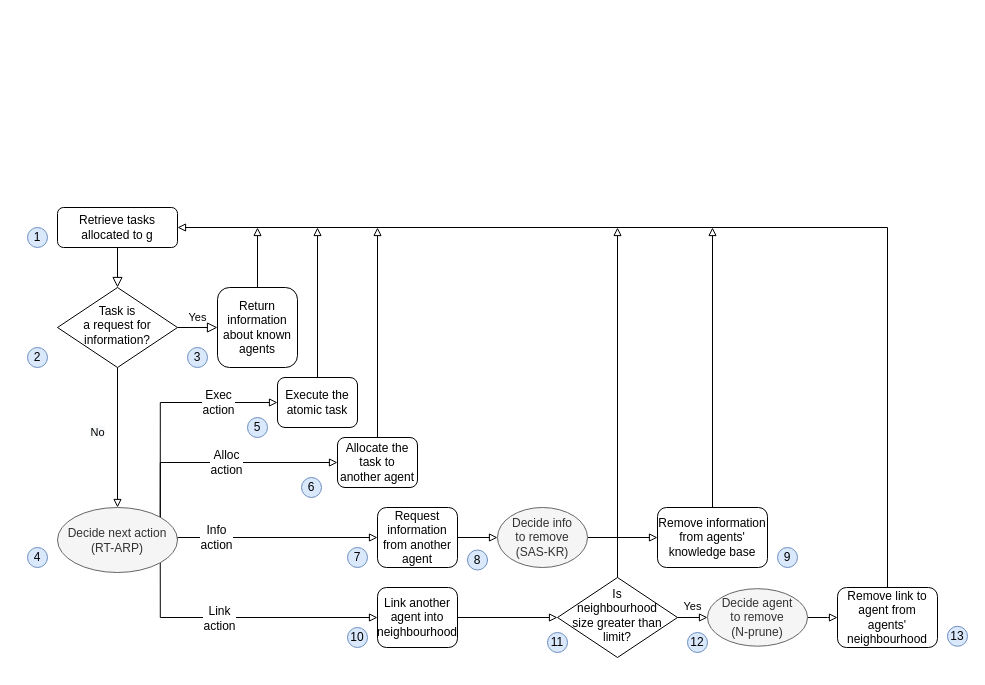
sevenmachines/els_energy_optimisation_and_adaptive_coverage_in_wsn_systems keeps this draw.io diagram as source/ataria-simplified.drawio. Above is the earlier version. Source tidied: cells renumbered, new cells numbered last; positions are measured from the earlier drawing's top-left corner, leaving out a move shared by most shapes. Both pictures are drawn from the tidied source at 100%, with x=0, y=0 at pixel (27, 207).
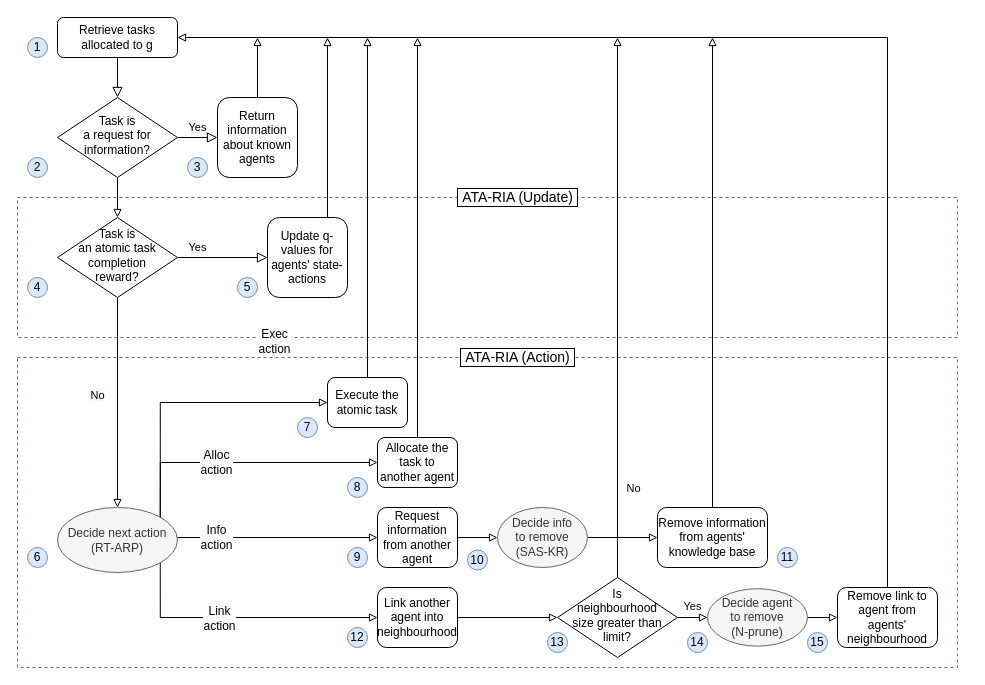
The same page after the edit.

The change refers to these unchanged cells:
```xml
<mxCell id="14" value="Remove information from agents' knowledge base" style="rounded=1;whiteSpace=wrap;html=1;fontSize=12;glass=0;strokeWidth=1;shadow=0;fontStyle=0;" parent="1" vertex="1">
  <mxGeometry x="630" y="300" width="110" height="60" as="geometry" />
</mxCell>
<mxCell id="16" value="Remove link to agent from agents' neighbourhood" style="rounded=1;whiteSpace=wrap;html=1;fontSize=12;glass=0;strokeWidth=1;shadow=0;fontStyle=0;" parent="1" vertex="1">
  <mxGeometry x="810" y="380" width="100" height="60" as="geometry" />
</mxCell>
<mxCell id="21" value="Decide next action (RT-ARP)" style="ellipse;whiteSpace=wrap;html=1;fillColor=#f5f5f5;strokeColor=#666666;fontColor=#333333;fontStyle=0;" parent="1" vertex="1">
  <mxGeometry x="30" y="300" width="120" height="65" as="geometry" />
</mxCell>
<mxCell id="31" value="&lt;font face=&quot;sans-serif&quot;&gt;Is &lt;br&gt;neighbourhood &lt;br&gt;size greater than limit?&lt;/font&gt;" style="rhombus;whiteSpace=wrap;html=1;shadow=0;fontFamily=Helvetica;fontSize=12;align=center;strokeWidth=1;spacing=6;spacingTop=-4;fontStyle=0;" parent="1" vertex="1">
  <mxGeometry x="530" y="370" width="120" height="80" as="geometry" />
</mxCell>
```

Change to the diagram source:
```diff
@@
+    <mxCell id="48" style="fillColor=none;strokeColor=#5A6C86;dashed=1;verticalAlign=bottom;fontStyle=0;fontColor=#000000;align=left;labelPosition=right;verticalLabelPosition=top;spacingLeft=-98;spacingBottom=-21;labelBackgroundColor=#ffffff;" parent="1" vertex="1">
+      <mxGeometry x="-10" y="150" width="940" height="310" as="geometry" />
+    </mxCell>
+    <mxCell id="49" style="fillColor=none;strokeColor=#5A6C86;dashed=1;verticalAlign=bottom;fontStyle=1;fontColor=#000000;align=center;labelPosition=center;verticalLabelPosition=top;spacingLeft=-99;spacingTop=0;spacingBottom=-21;" parent="1" vertex="1">
+      <mxGeometry x="-10" y="-10" width="940" height="140" as="geometry" />
+    </mxCell>
@@
     <mxCell id="3" value="Retrieve tasks allocated to g" style="rounded=1;whiteSpace=wrap;html=1;fontSize=12;glass=0;strokeWidth=1;shadow=0;fontStyle=0;" parent="1" vertex="1">
-      <mxGeometry x="30" width="120" height="40" as="geometry" />
+      <mxGeometry x="30" y="-190" width="120" height="40" as="geometry" />
     </mxCell>
@@
-    <mxCell id="5" value="&#10;&#10;&lt;span style=&quot;color: rgb(0, 0, 0); font-family: helvetica; font-size: 11px; font-style: normal; letter-spacing: normal; text-align: center; text-indent: 0px; text-transform: none; word-spacing: 0px; background-color: rgb(248, 249, 250); display: inline; float: none;&quot;&gt;No&lt;/span&gt;&#10;&#10;" style="edgeStyle=orthogonalEdgeStyle;rounded=0;jettySize=auto;html=1;exitX=0.5;exitY=1;exitDx=0;exitDy=0;entryX=0.5;entryY=0;entryDx=0;entryDy=0;endArrow=block;endFill=0;fontStyle=0;" parent="1" edge="1" source="6" target="21">
+    <mxCell id="5" value="&#10;&#10;&lt;span style=&quot;color: rgb(0, 0, 0); font-family: helvetica; font-size: 11px; font-style: normal; letter-spacing: normal; text-align: center; text-indent: 0px; text-transform: none; word-spacing: 0px; background-color: rgb(248, 249, 250); display: inline; float: none;&quot;&gt;No&lt;/span&gt;&#10;&#10;" style="edgeStyle=orthogonalEdgeStyle;rounded=0;jettySize=auto;html=1;exitX=0.5;exitY=1;exitDx=0;exitDy=0;entryX=0.5;entryY=0;entryDx=0;entryDy=0;endArrow=block;endFill=0;fontStyle=0;" parent="1" edge="1" source="53" target="21">
       <mxGeometry x="-0.07" y="-20" relative="1" as="geometry" />
     </mxCell>
+    <mxCell id="50" style="edgeStyle=orthogonalEdgeStyle;rounded=0;jettySize=auto;html=1;entryX=0.5;entryY=0;entryDx=0;entryDy=0;endArrow=block;endFill=0;fontSize=12;" parent="1" edge="1" source="6" target="53">
+      <mxGeometry relative="1" as="geometry" />
+    </mxCell>
     <mxCell id="6" value="&lt;font face=&quot;sans-serif&quot;&gt;Task is &lt;br&gt;a request for information?&lt;/font&gt;" style="rhombus;whiteSpace=wrap;html=1;shadow=0;fontFamily=Helvetica;fontSize=12;align=center;strokeWidth=1;spacing=6;spacingTop=-4;fontStyle=0;" parent="1" vertex="1">
-      <mxGeometry x="30" y="80" width="120" height="80" as="geometry" />
+      <mxGeometry x="30" y="-110" width="120" height="80" as="geometry" />
     </mxCell>
     <mxCell id="7" style="edgeStyle=orthogonalEdgeStyle;rounded=0;jettySize=auto;html=1;exitX=0.5;exitY=0;exitDx=0;exitDy=0;endArrow=block;endFill=0;" parent="1" edge="1" source="8">
       <mxGeometry relative="1" as="geometry">
-        <mxPoint x="350" y="20" as="targetPoint" />
+        <mxPoint x="390" y="-170" as="targetPoint" />
       </mxGeometry>
     </mxCell>
     <mxCell id="8" value="Allocate the task to another agent" style="rounded=1;whiteSpace=wrap;html=1;fontSize=12;glass=0;strokeWidth=1;shadow=0;fontStyle=0;" parent="1" vertex="1">
-      <mxGeometry x="310" y="230" width="80" height="50" as="geometry" />
+      <mxGeometry x="350" y="230" width="80" height="50" as="geometry" />
     </mxCell>
@@
     <mxCell id="13" style="edgeStyle=orthogonalEdgeStyle;rounded=0;jettySize=auto;html=1;exitX=0.5;exitY=0;exitDx=0;exitDy=0;endArrow=block;endFill=0;" parent="1" edge="1" source="14">
       <mxGeometry relative="1" as="geometry">
-        <mxPoint x="685" y="20" as="targetPoint" />
+        <mxPoint x="685" y="-170" as="targetPoint" />
       </mxGeometry>
     </mxCell>
@@
     <mxCell id="15" style="edgeStyle=orthogonalEdgeStyle;rounded=0;jettySize=auto;html=1;entryX=1;entryY=0.5;entryDx=0;entryDy=0;exitX=0.5;exitY=0;exitDx=0;exitDy=0;endArrow=block;endFill=0;fontStyle=0;" parent="1" edge="1" source="16" target="3">
       <mxGeometry relative="1" as="geometry">
         <Array as="points">
-          <mxPoint x="860" y="20" />
+          <mxPoint x="860" y="-170" />
         </Array>
       </mxGeometry>
     </mxCell>
@@
     <mxCell id="20" value="Alloc&lt;br style=&quot;font-size: 12px;&quot;&gt;action" style="edgeStyle=orthogonalEdgeStyle;rounded=0;jettySize=auto;html=1;exitX=1;exitY=0;exitDx=0;exitDy=0;endArrow=block;endFill=0;fontSize=12;fontStyle=0;entryX=0;entryY=0.5;entryDx=0;entryDy=0;" parent="1" edge="1" source="21" target="8">
-      <mxGeometry x="0.04" relative="1" as="geometry">
+      <mxGeometry x="-0.18" relative="1" as="geometry">
         <Array as="points">
           <mxPoint x="133" y="255" />
         </Array>
       </mxGeometry>
     </mxCell>
@@
     <mxCell id="25" style="edgeStyle=orthogonalEdgeStyle;rounded=0;jettySize=auto;html=1;exitX=0.5;exitY=0;exitDx=0;exitDy=0;endArrow=block;endFill=0;" parent="1" edge="1" source="26">
       <mxGeometry relative="1" as="geometry">
-        <mxPoint x="230" y="20" as="targetPoint" />
+        <mxPoint x="230" y="-170" as="targetPoint" />
       </mxGeometry>
     </mxCell>
     <mxCell id="26" value="Return information&lt;br&gt;about known agents" style="rounded=1;whiteSpace=wrap;html=1;fontSize=12;glass=0;strokeWidth=1;shadow=0;fontStyle=0;" parent="1" vertex="1">
-      <mxGeometry x="190" y="80" width="80" height="80" as="geometry" />
+      <mxGeometry x="190" y="-110" width="80" height="80" as="geometry" />
     </mxCell>
@@
     <mxCell id="29" style="edgeStyle=orthogonalEdgeStyle;rounded=0;jettySize=auto;html=1;exitX=0.5;exitY=0;exitDx=0;exitDy=0;endArrow=block;endFill=0;fontSize=12;fontStyle=0;" parent="1" edge="1" source="31">
       <mxGeometry relative="1" as="geometry">
-        <mxPoint x="590" y="20" as="targetPoint" />
+        <mxPoint x="590" y="-170" as="targetPoint" />
       </mxGeometry>
     </mxCell>
@@
-    <mxCell id="32" style="edgeStyle=orthogonalEdgeStyle;rounded=0;jettySize=auto;html=1;endArrow=block;endFill=0;" parent="1" edge="1" source="33">
-      <mxGeometry relative="1" as="geometry">
-        <mxPoint x="290" y="20" as="targetPoint" />
-      </mxGeometry>
-    </mxCell>
+    <mxCell id="51" style="edgeStyle=orthogonalEdgeStyle;rounded=0;jettySize=auto;html=1;endArrow=block;endFill=0;fontSize=12;" parent="1" edge="1" source="33">
+      <mxGeometry relative="1" as="geometry">
+        <mxPoint x="340" y="-170" as="targetPoint" />
+      </mxGeometry>
+    </mxCell>
     <mxCell id="33" value="Execute the atomic task" style="rounded=1;whiteSpace=wrap;html=1;fontSize=12;glass=0;strokeWidth=1;shadow=0;fontStyle=0;" parent="1" vertex="1">
-      <mxGeometry x="250" y="170" width="80" height="50" as="geometry" />
+      <mxGeometry x="300" y="170" width="80" height="50" as="geometry" />
     </mxCell>
     <mxCell id="34" value="Exec&lt;br style=&quot;font-size: 12px;&quot;&gt;action" style="edgeStyle=orthogonalEdgeStyle;rounded=0;jettySize=auto;html=1;exitX=1;exitY=0;exitDx=0;exitDy=0;entryX=0;entryY=0.5;entryDx=0;entryDy=0;endArrow=block;endFill=0;fontSize=12;fontStyle=0;" parent="1" edge="1" source="21" target="33">
-      <mxGeometry x="0.49" relative="1" as="geometry">
+      <mxGeometry x="-0.19" y="-57" relative="1" as="geometry">
         <Array as="points">
           <mxPoint x="133" y="195" />
         </Array>
+        <mxPoint x="57" y="-62" as="offset" />
       </mxGeometry>
     </mxCell>
     <mxCell id="35" value="1" style="ellipse;whiteSpace=wrap;html=1;fillColor=#dae8fc;strokeColor=#6c8ebf;" parent="1" vertex="1">
-      <mxGeometry y="20" width="20" height="20" as="geometry" />
+      <mxGeometry y="-170" width="20" height="20" as="geometry" />
     </mxCell>
     <mxCell id="36" value="2" style="ellipse;whiteSpace=wrap;html=1;fillColor=#dae8fc;strokeColor=#6c8ebf;" parent="1" vertex="1">
-      <mxGeometry y="140" width="20" height="20" as="geometry" />
+      <mxGeometry y="-50" width="20" height="20" as="geometry" />
     </mxCell>
     <mxCell id="37" value="3" style="ellipse;whiteSpace=wrap;html=1;fillColor=#dae8fc;strokeColor=#6c8ebf;" parent="1" vertex="1">
-      <mxGeometry x="160" y="140" width="20" height="20" as="geometry" />
+      <mxGeometry x="160" y="-50" width="20" height="20" as="geometry" />
     </mxCell>
-    <mxCell id="38" value="4" style="ellipse;whiteSpace=wrap;html=1;fillColor=#dae8fc;strokeColor=#6c8ebf;" parent="1" vertex="1">
+    <mxCell id="38" value="6" style="ellipse;whiteSpace=wrap;html=1;fillColor=#dae8fc;strokeColor=#6c8ebf;" parent="1" vertex="1">
       <mxGeometry y="340" width="20" height="20" as="geometry" />
     </mxCell>
-    <mxCell id="39" value="5" style="ellipse;whiteSpace=wrap;html=1;fillColor=#dae8fc;strokeColor=#6c8ebf;" parent="1" vertex="1">
-      <mxGeometry x="220" y="210" width="20" height="20" as="geometry" />
+    <mxCell id="39" value="7" style="ellipse;whiteSpace=wrap;html=1;fillColor=#dae8fc;strokeColor=#6c8ebf;" parent="1" vertex="1">
+      <mxGeometry x="270" y="210" width="20" height="20" as="geometry" />
     </mxCell>
-    <mxCell id="40" value="6" style="ellipse;whiteSpace=wrap;html=1;fillColor=#dae8fc;strokeColor=#6c8ebf;" parent="1" vertex="1">
-      <mxGeometry x="274" y="270" width="20" height="20" as="geometry" />
+    <mxCell id="40" value="8" style="ellipse;whiteSpace=wrap;html=1;fillColor=#dae8fc;strokeColor=#6c8ebf;" parent="1" vertex="1">
+      <mxGeometry x="320" y="270" width="20" height="20" as="geometry" />
     </mxCell>
-    <mxCell id="41" value="7" style="ellipse;whiteSpace=wrap;html=1;fillColor=#dae8fc;strokeColor=#6c8ebf;" parent="1" vertex="1">
+    <mxCell id="41" value="9" style="ellipse;whiteSpace=wrap;html=1;fillColor=#dae8fc;strokeColor=#6c8ebf;" parent="1" vertex="1">
       <mxGeometry x="320" y="340" width="20" height="20" as="geometry" />
     </mxCell>
-    <mxCell id="42" value="10" style="ellipse;whiteSpace=wrap;html=1;fillColor=#dae8fc;strokeColor=#6c8ebf;" parent="1" vertex="1">
+    <mxCell id="42" value="12" style="ellipse;whiteSpace=wrap;html=1;fillColor=#dae8fc;strokeColor=#6c8ebf;" parent="1" vertex="1">
       <mxGeometry x="320" y="420" width="20" height="20" as="geometry" />
     </mxCell>
-    <mxCell id="43" value="8" style="ellipse;whiteSpace=wrap;html=1;fillColor=#dae8fc;strokeColor=#6c8ebf;" parent="1" vertex="1">
+    <mxCell id="43" value="10" style="ellipse;whiteSpace=wrap;html=1;fillColor=#dae8fc;strokeColor=#6c8ebf;" parent="1" vertex="1">
       <mxGeometry x="440" y="342.5" width="20" height="20" as="geometry" />
     </mxCell>
-    <mxCell id="44" value="11" style="ellipse;whiteSpace=wrap;html=1;fillColor=#dae8fc;strokeColor=#6c8ebf;" parent="1" vertex="1">
+    <mxCell id="44" value="13" style="ellipse;whiteSpace=wrap;html=1;fillColor=#dae8fc;strokeColor=#6c8ebf;" parent="1" vertex="1">
       <mxGeometry x="520" y="425" width="20" height="20" as="geometry" />
     </mxCell>
-    <mxCell id="45" value="9" style="ellipse;whiteSpace=wrap;html=1;fillColor=#dae8fc;strokeColor=#6c8ebf;" parent="1" vertex="1">
+    <mxCell id="45" value="11" style="ellipse;whiteSpace=wrap;html=1;fillColor=#dae8fc;strokeColor=#6c8ebf;" parent="1" vertex="1">
       <mxGeometry x="750" y="340" width="20" height="20" as="geometry" />
     </mxCell>
-    <mxCell id="46" value="13" style="ellipse;whiteSpace=wrap;html=1;fillColor=#dae8fc;strokeColor=#6c8ebf;" parent="1" vertex="1">
-      <mxGeometry x="920" y="418.8" width="20" height="20" as="geometry" />
+    <mxCell id="46" value="15" style="ellipse;whiteSpace=wrap;html=1;fillColor=#dae8fc;strokeColor=#6c8ebf;" parent="1" vertex="1">
+      <mxGeometry x="780" y="425" width="20" height="20" as="geometry" />
     </mxCell>
-    <mxCell id="47" value="12" style="ellipse;whiteSpace=wrap;html=1;fillColor=#dae8fc;strokeColor=#6c8ebf;" parent="1" vertex="1">
+    <mxCell id="47" value="14" style="ellipse;whiteSpace=wrap;html=1;fillColor=#dae8fc;strokeColor=#6c8ebf;" parent="1" vertex="1">
       <mxGeometry x="660" y="425" width="20" height="20" as="geometry" />
     </mxCell>
+    <mxCell id="52" value="Yes" style="edgeStyle=orthogonalEdgeStyle;rounded=0;html=1;jettySize=auto;fontSize=11;endArrow=block;endFill=0;endSize=8;strokeWidth=1;shadow=0;labelBackgroundColor=none;fontStyle=0;" parent="1" edge="1" source="53" target="55">
+      <mxGeometry x="-0.56" y="10" relative="1" as="geometry" />
+    </mxCell>
+    <mxCell id="53" value="&lt;font face=&quot;sans-serif&quot;&gt;Task is &lt;br&gt;an atomic task completion&lt;br&gt;reward?&lt;/font&gt;" style="rhombus;whiteSpace=wrap;html=1;shadow=0;fontFamily=Helvetica;fontSize=12;align=center;strokeWidth=1;spacing=6;spacingTop=-4;fontStyle=0;" parent="1" vertex="1">
+      <mxGeometry x="30" y="10" width="120" height="80" as="geometry" />
+    </mxCell>
+    <mxCell id="54" style="edgeStyle=orthogonalEdgeStyle;rounded=0;jettySize=auto;html=1;exitX=0.75;exitY=0;exitDx=0;exitDy=0;endArrow=block;endFill=0;fontSize=14;fontColor=#000000;" parent="1" edge="1" source="55">
+      <mxGeometry relative="1" as="geometry">
+        <mxPoint x="300" y="-170" as="targetPoint" />
+      </mxGeometry>
+    </mxCell>
+    <mxCell id="55" value="Update q-values for agents' state-actions" style="rounded=1;whiteSpace=wrap;html=1;fontSize=12;glass=0;strokeWidth=1;shadow=0;fontStyle=0;" parent="1" vertex="1">
+      <mxGeometry x="240" y="10" width="80" height="80" as="geometry" />
+    </mxCell>
+    <mxCell id="56" value="4" style="ellipse;whiteSpace=wrap;html=1;fillColor=#dae8fc;strokeColor=#6c8ebf;" parent="1" vertex="1">
+      <mxGeometry y="70" width="20" height="20" as="geometry" />
+    </mxCell>
+    <mxCell id="57" value="5" style="ellipse;whiteSpace=wrap;html=1;fillColor=#dae8fc;strokeColor=#6c8ebf;" parent="1" vertex="1">
+      <mxGeometry x="210" y="70" width="20" height="20" as="geometry" />
+    </mxCell>
+    <mxCell id="58" value="&lt;span&gt;&amp;nbsp;ATA-RIA (Update)&amp;nbsp;&lt;/span&gt;" style="text;html=1;align=center;verticalAlign=middle;fontSize=14;fontColor=#000000;fontStyle=0;labelBackgroundColor=#ffffff;labelBorderColor=#000000;" parent="1" vertex="1">
+      <mxGeometry x="425" y="-20" width="130" height="20" as="geometry" />
+    </mxCell>
+    <mxCell id="59" value="&lt;span style=&quot;font-weight: normal&quot;&gt;&amp;nbsp;ATA-RIA (Action)&amp;nbsp;&lt;/span&gt;" style="text;html=1;align=center;verticalAlign=middle;fontSize=14;fontColor=#000000;fontStyle=1;labelBackgroundColor=#ffffff;labelBorderColor=#000000;" parent="1" vertex="1">
+      <mxGeometry x="425" y="140" width="130" height="20" as="geometry" />
+    </mxCell>
```
